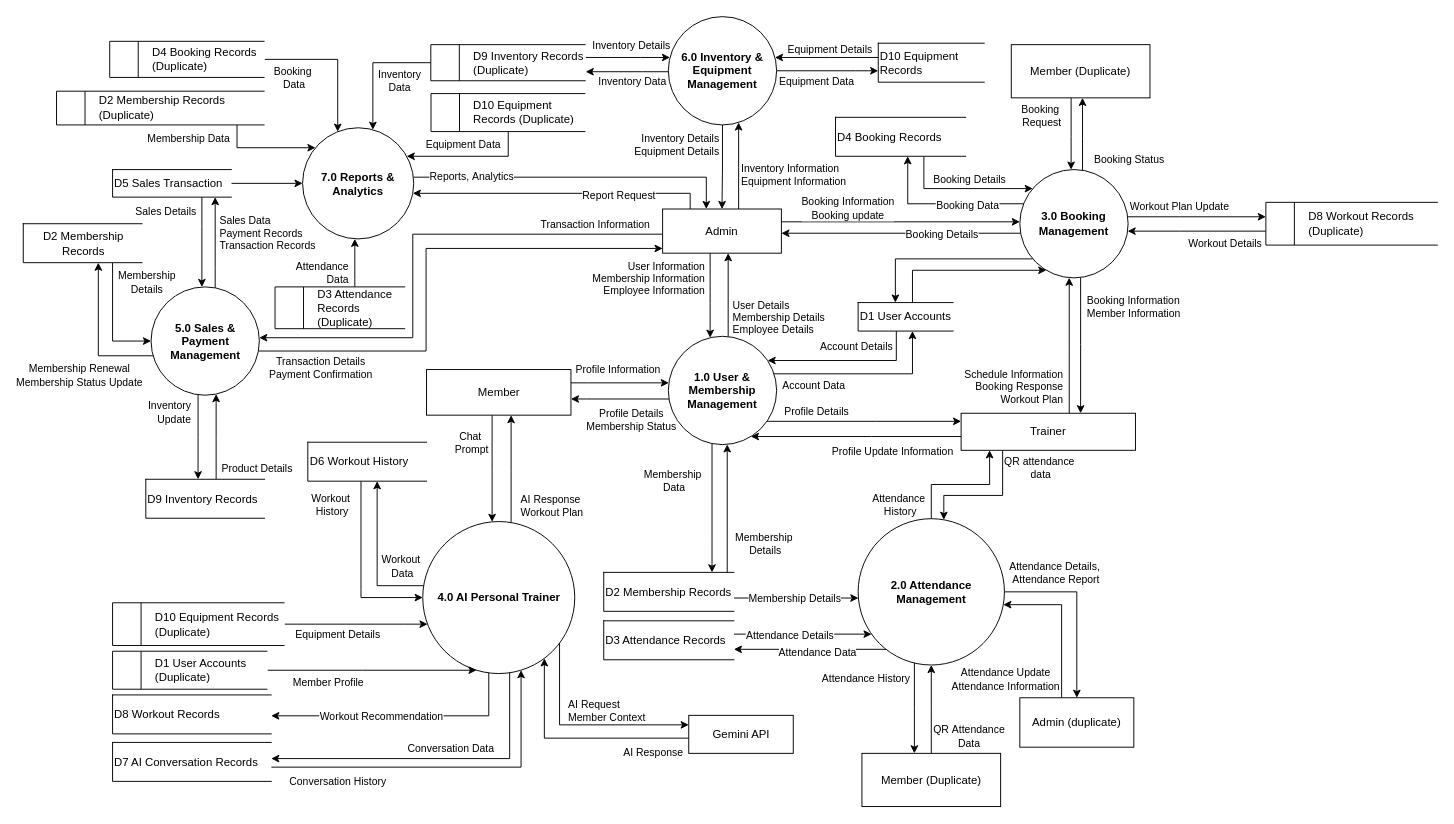
Before: page "Dataflow Diagram lvl 1" (4 of 5) of Dataflow diagram.drawio in xelfus23/draw-io, a draw.io diagram. Source tidied: cells renumbered, new cells numbered last; positions are measured from the earlier drawing's top-left corner, leaving out a move shared by most shapes. Both pictures are drawn from the tidied source at 95%, with x=0, y=0 at pixel (23, 16).
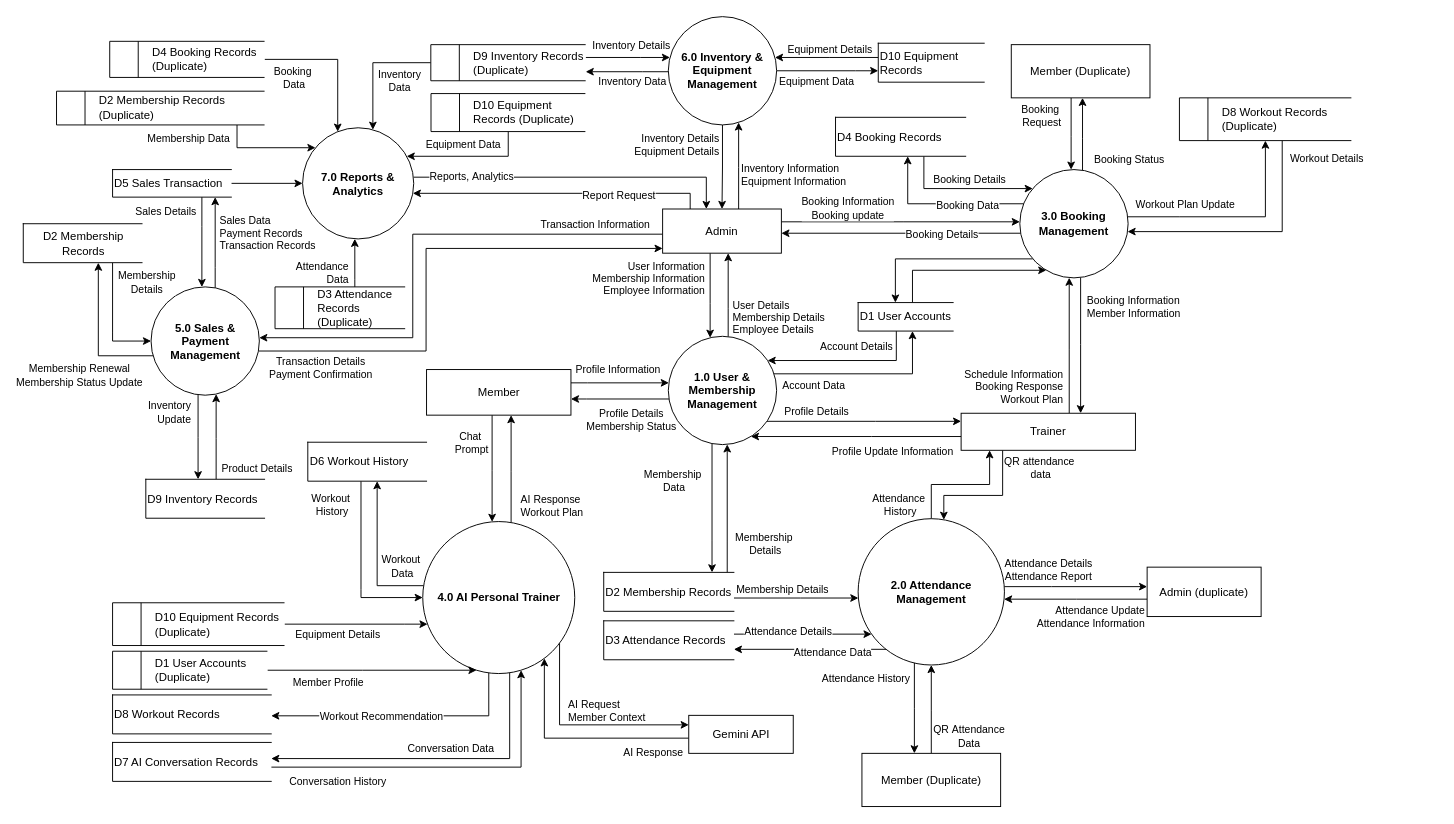
Above is the later version.

The change refers to these unchanged cells:
```xml
<mxCell id="2" style="rounded=0;jettySize=auto;html=1;edgeStyle=orthogonalEdgeStyle;" parent="1" edge="1" source="10" target="142">
  <mxGeometry relative="1" as="geometry">
    <Array as="points">
      <mxPoint x="847" y="666" />
      <mxPoint x="847" y="666" />
    </Array>
  </mxGeometry>
</mxCell>
<mxCell id="4" style="edgeStyle=orthogonalEdgeStyle;rounded=0;jettySize=auto;html=1;startArrow=classic;startFill=1;endArrow=none;endFill=0;" parent="1" edge="1" source="10" target="144">
  <mxGeometry relative="1" as="geometry">
    <Array as="points">
      <mxPoint x="818" y="612" />
      <mxPoint x="818" y="612" />
    </Array>
  </mxGeometry>
</mxCell>
<mxCell id="10" value="&lt;b&gt;2.0 Attendance Management&lt;/b&gt;" style="ellipse;whiteSpace=wrap;html=1;" parent="1" vertex="1">
  <mxGeometry x="878.8" y="528.5" width="154" height="154" as="geometry" />
</mxCell>
<mxCell id="29" style="edgeStyle=orthogonalEdgeStyle;rounded=0;jettySize=auto;html=1;" parent="1" edge="1" source="31" target="159">
  <mxGeometry relative="1" as="geometry">
    <Array as="points">
      <mxPoint x="1216.8" y="210.7" />
      <mxPoint x="1216.8" y="210.7" />
    </Array>
  </mxGeometry>
</mxCell>
<mxCell id="31" value="&lt;b&gt;3.0 Booking Management&lt;/b&gt;" style="ellipse;whiteSpace=wrap;html=1;" parent="1" vertex="1">
  <mxGeometry x="1049" y="161" width="114" height="114" as="geometry" />
</mxCell>
<mxCell id="103" style="rounded=0;jettySize=auto;html=1;edgeStyle=orthogonalEdgeStyle;" parent="1" edge="1" source="142" target="10">
  <mxGeometry relative="1" as="geometry">
    <Array as="points">
      <mxPoint x="852" y="650" />
      <mxPoint x="852" y="650" />
    </Array>
  </mxGeometry>
</mxCell>
```

The edit, as a diff of the source:
```diff
@@
     <mxCell id="3" value="Attendance Data" style="edgeLabel;html=1;align=center;verticalAlign=middle;" parent="2" vertex="1">
       <mxGeometry x="0.01" y="2" relative="1" as="geometry">
-        <mxPoint x="8" as="offset" />
+        <mxPoint x="24" as="offset" />
       </mxGeometry>
     </mxCell>
@@
     <mxCell id="5" value="Membership&amp;nbsp;&lt;span style=&quot;background-color: light-dark(#ffffff, var(--ge-dark-color, #121212)); color: light-dark(rgb(0, 0, 0), rgb(255, 255, 255));&quot;&gt;Details&lt;/span&gt;" style="edgeLabel;html=1;align=center;verticalAlign=middle;" parent="4" vertex="1">
       <mxGeometry x="0.44" y="-2" relative="1" as="geometry">
-        <mxPoint x="26" y="2" as="offset" />
+        <mxPoint x="13" y="-8" as="offset" />
       </mxGeometry>
     </mxCell>
@@
     <mxCell id="8" value=" " style="edgeStyle=orthogonalEdgeStyle;rounded=0;jettySize=auto;html=1;" parent="1" edge="1" source="10" target="130">
-      <mxGeometry relative="1" as="geometry" />
+      <mxGeometry relative="1" as="geometry">
+        <Array as="points">
+          <mxPoint x="1082.4" y="600" />
+          <mxPoint x="1082.4" y="600" />
+        </Array>
+      </mxGeometry>
     </mxCell>
-    <mxCell id="9" value="Attendance Details,&amp;nbsp;&lt;div&gt;&lt;span style=&quot;background-color: light-dark(#ffffff, var(--ge-dark-color, #121212)); color: light-dark(rgb(0, 0, 0), rgb(255, 255, 255));&quot;&gt;Attendance Report&lt;/span&gt;&lt;/div&gt;" style="edgeLabel;html=1;align=center;verticalAlign=middle;" parent="8" vertex="1">
+    <mxCell id="9" value="Attendance Details&lt;div&gt;&lt;span style=&quot;background-color: light-dark(#ffffff, var(--ge-dark-color, #121212)); color: light-dark(rgb(0, 0, 0), rgb(255, 255, 255));&quot;&gt;Attendance Report&lt;/span&gt;&lt;/div&gt;" style="edgeLabel;html=1;align=center;verticalAlign=middle;" parent="8" vertex="1">
       <mxGeometry x="-0.92" y="3" relative="1" as="geometry">
-        <mxPoint x="46" y="-17" as="offset" />
+        <mxPoint x="40" y="-15" as="offset" />
       </mxGeometry>
     </mxCell>
@@
     <mxCell id="30" value="Workout Plan&amp;nbsp;&lt;span style=&quot;background-color: light-dark(#ffffff, var(--ge-dark-color, #121212)); color: light-dark(rgb(0, 0, 0), rgb(255, 255, 255));&quot;&gt;Update&lt;/span&gt;" style="edgeLabel;html=1;align=center;verticalAlign=middle;" parent="29" vertex="1">
       <mxGeometry x="-0.3" y="2" relative="1" as="geometry">
-        <mxPoint x="3" y="-9" as="offset" />
+        <mxPoint x="-19" y="-11" as="offset" />
       </mxGeometry>
     </mxCell>
@@
     <mxCell id="84" style="rounded=0;jettySize=auto;html=1;edgeStyle=orthogonalEdgeStyle;" parent="1" edge="1" source="130" target="10">
       <mxGeometry relative="1" as="geometry">
         <Array as="points">
-          <mxPoint x="1093" y="619" />
+          <mxPoint x="1108.8" y="613.2" />
+          <mxPoint x="1108.8" y="613.2" />
         </Array>
       </mxGeometry>
     </mxCell>
-    <mxCell id="85" value="Attendance Update&lt;div&gt;Attendance Information&lt;/div&gt;" style="edgeLabel;html=1;align=center;verticalAlign=middle;" parent="84" vertex="1">
+    <mxCell id="85" value="Attendance Update&lt;div&gt;Attendance Information&lt;/div&gt;" style="edgeLabel;html=1;align=right;verticalAlign=middle;" parent="84" vertex="1">
       <mxGeometry x="-0.6" y="-1" relative="1" as="geometry">
-        <mxPoint x="-61" y="12" as="offset" />
+        <mxPoint x="28" y="19" as="offset" />
       </mxGeometry>
     </mxCell>
@@
     <mxCell id="104" value="Attendance&amp;nbsp;&lt;span style=&quot;background-color: light-dark(#ffffff, var(--ge-dark-color, #121212)); color: light-dark(rgb(0, 0, 0), rgb(255, 255, 255));&quot;&gt;Details&lt;/span&gt;" style="edgeLabel;html=1;align=center;verticalAlign=middle;" parent="103" vertex="1">
       <mxGeometry y="-2" relative="1" as="geometry">
-        <mxPoint x="-14" y="-1" as="offset" />
+        <mxPoint x="-16" y="-6" as="offset" />
       </mxGeometry>
     </mxCell>
@@
     <mxCell id="130" value="Admin (duplicate)" style="html=1;dashed=0;whiteSpace=wrap;" parent="1" vertex="1">
-      <mxGeometry x="1049" y="717" width="120" height="52" as="geometry" />
+      <mxGeometry x="1183" y="579.5" width="120" height="52" as="geometry" />
     </mxCell>
@@
     <mxCell id="157" style="edgeStyle=orthogonalEdgeStyle;rounded=0;jettySize=auto;html=1;" parent="1" edge="1" source="159" target="31">
       <mxGeometry relative="1" as="geometry">
         <Array as="points">
-          <mxPoint x="1217.3" y="225.8" />
-          <mxPoint x="1217.3" y="225.8" />
+          <mxPoint x="1325.2" y="226.3" />
         </Array>
       </mxGeometry>
     </mxCell>
     <mxCell id="158" value="Workout Details" style="edgeLabel;html=1;align=center;verticalAlign=middle;" parent="157" vertex="1">
       <mxGeometry x="-0.38" y="-1" relative="1" as="geometry">
-        <mxPoint x="1" y="14" as="offset" />
+        <mxPoint x="47" y="-61" as="offset" />
       </mxGeometry>
     </mxCell>
     <mxCell id="159" value="&lt;blockquote style=&quot;margin: 0px 0px 0px 40px; border-width: medium; border-style: none; border-color: currentcolor; border-image: none; padding: 0px;&quot;&gt;D8 Workout Records (Duplicate)&lt;/blockquote&gt;" style="html=1;dashed=0;whiteSpace=wrap;shape=mxgraph.dfd.dataStoreID;align=left;spacingLeft=3;points=[[0,0],[0.5,0],[1,0],[0,0.5],[1,0.5],[0,1],[0.5,1],[1,1]];" parent="1" vertex="1">
-      <mxGeometry x="1308" y="195.5" width="181" height="45" as="geometry" />
+      <mxGeometry x="1217" y="85.5" width="181" height="45" as="geometry" />
     </mxCell>
```
